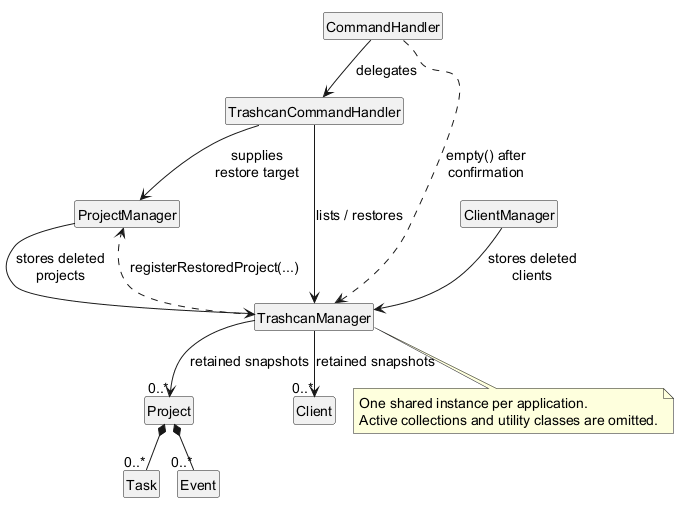
Above: docs/images/DeletionRecoveryClassDiagram.png in AY2627S1-CS2113-T10-3/tp (PlantUML), before the change.
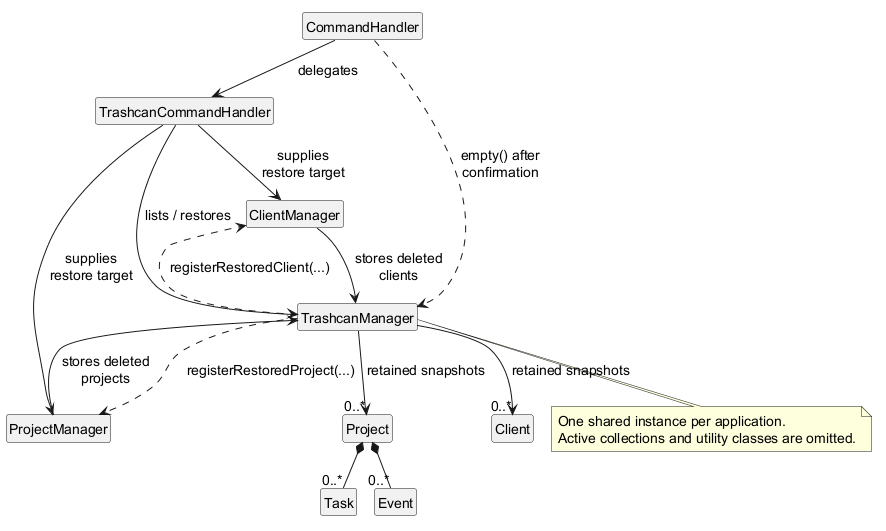
After the change.

Change to the diagram source:
```diff
@@ -19,9 +19,11 @@
 CommandHandler ..> TrashcanManager : empty() after\nconfirmation
 TrashcanCommandHandler --> TrashcanManager : lists / restores
 TrashcanCommandHandler --> ProjectManager : supplies\nrestore target
+TrashcanCommandHandler --> ClientManager : supplies\nrestore target
 ClientManager --> TrashcanManager : stores deleted\nclients
 ProjectManager --> TrashcanManager : stores deleted\nprojects
 TrashcanManager ..> ProjectManager : registerRestoredProject(...)
+TrashcanManager ..> ClientManager : registerRestoredClient(...)
 
 TrashcanManager --> "0..*" Project : retained snapshots
 TrashcanManager --> "0..*" Client : retained snapshots
```
